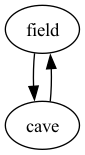
Before: map.png, a diagram exported from Graphviz (nadflop/text-adventure). Its source is kept beside it as map.gv.
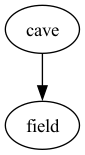
After the commit.

What changed in the source:
```diff
@@ -1,4 +1,3 @@
 digraph map {
-	field -> cave
 	cave -> field
 }
```
